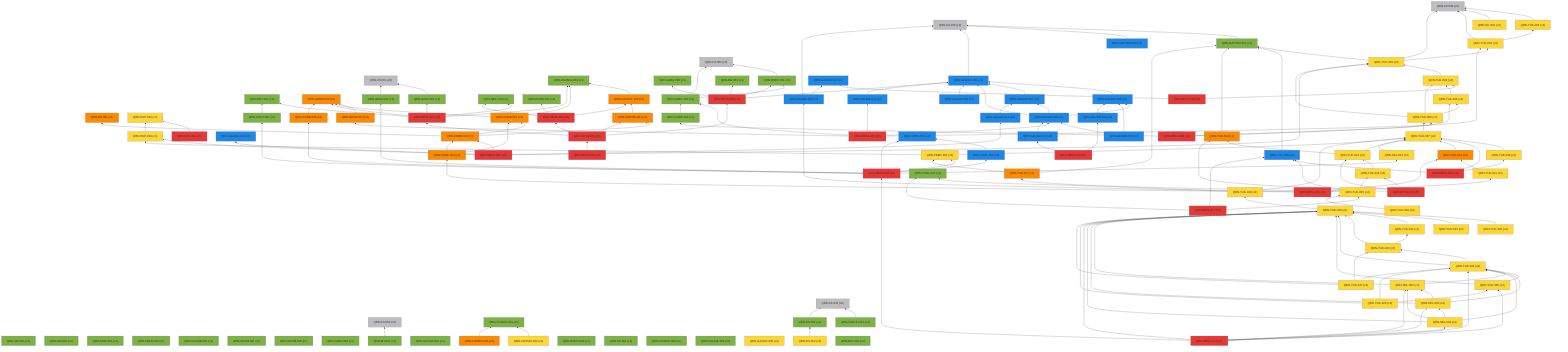
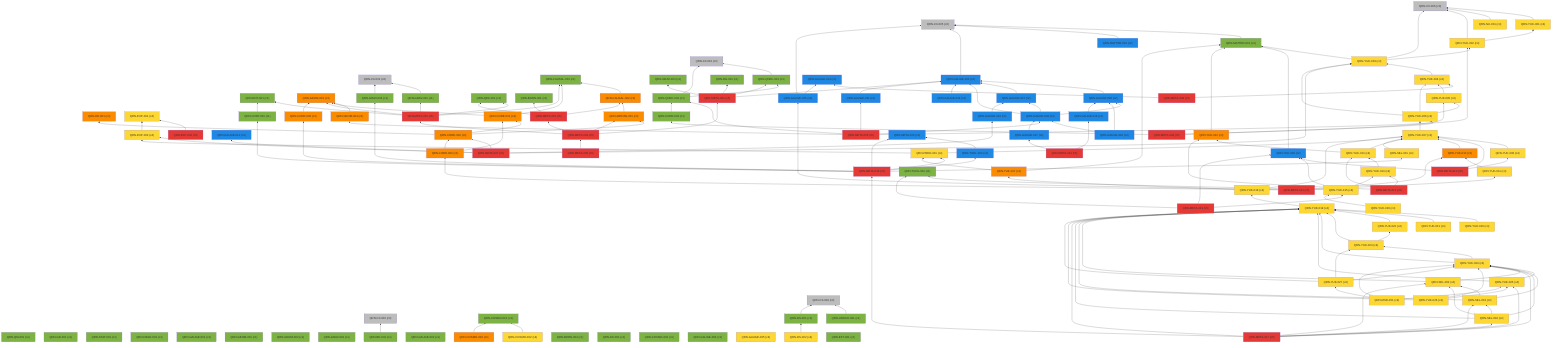
%% 自動生成 (dag/report.pl) — QRN 主張依存グラフ
graph BT
  QRN_C0_001["QRN-C0-001 (c0)"]:::c0
  QRN_C0_002["QRN-C0-002 (c0)"]:::c0
  QRN_C0_003["QRN-C0-003 (c0)"]:::c0
  QRN_C0_004["QRN-C0-004 (c0)"]:::c0
  QRN_C0_005["QRN-C0-005 (c0)"]:::c0
  QRN_C0_006["QRN-C0-006 (c0)"]:::c0
  QRN_QM_001["QRN-QM-001 (c1)"]:::c1
  QRN_GR_001["QRN-GR-001 (c1)"]:::c1
  QRN_STAT_001["QRN-STAT-001 (c1)"]:::c1
  QRN_FIELD_001["QRN-FIELD-001 (c1)"]:::c1
  QRN_GAUGE_001["QRN-GAUGE-001 (c1)"]:::c1
  QRN_ENT_001["QRN-ENT-001 (c1)"]:::c1
  QRN_GEOM_001["QRN-GEOM-001 (c1)"]:::c1
  QRN_GEOM_002["QRN-GEOM-002 (c1)"]:::c1
  QRN_GEOM_003["QRN-GEOM-003 (c3)"]:::c3
  QRN_GRAV_001["QRN-GRAV-001 (c1)"]:::c1
  QRN_GRAV_002["QRN-GRAV-002 (c1)"]:::c1
  QRN_BH_001["QRN-BH-001 (c1)"]:::c1
  QRN_CAUSAL_001["QRN-CAUSAL-001 (c1)"]:::c1
  QRN_CAUSAL_002["QRN-CAUSAL-002 (c3)"]:::c3
  QRN_ER_001["QRN-ER-001 (c3)"]:::c3
  QRN_QEC_001["QRN-QEC-001 (c1)"]:::c1
  QRN_GAUGE_002["QRN-GAUGE-002 (c1)"]:::c1
  QRN_COSMO_001["QRN-COSMO-001 (c1)"]:::c1
  QRN_COSMO_002["QRN-COSMO-002 (c4)"]:::c4
  QRN_COSMO_003["QRN-COSMO-003 (c3)"]:::c3
  QRN_BORN_001["QRN-BORN-001 (c1)"]:::c1
  QRN_BORN_002["QRN-BORN-002 (c1)"]:::c1
  QRN_GRAV_003["QRN-GRAV-003 (c1)"]:::c1
  QRN_KK_001["QRN-KK-001 (c1)"]:::c1
  QRN_MATTER_001["QRN-MATTER-001 (c1)"]:::c1
  QRN_MATTER_002["QRN-MATTER-002 (c2)"]:::c2
  QRN_COSMO_004["QRN-COSMO-004 (c1)"]:::c1
  QRN_EXP_001["QRN-EXP-001 (c4)"]:::c4
  QRN_GAUGE_003["QRN-GAUGE-003 (c2)"]:::c2
  QRN_GAUGE_004["QRN-GAUGE-004 (c1)"]:::c1
  QRN_GAUGE_005["QRN-GAUGE-005 (c4)"]:::c4
  QRN_YUK_001["QRN-YUK-001 (c4)"]:::c4
  QRN_RG_001["QRN-RG-001 (c1)"]:::c1
  QRN_UNRUH_001["QRN-UNRUH-001 (c1)"]:::c1
  QRN_QNEC_001["QRN-QNEC-001 (c1)"]:::c1
  QRN_NU_001["QRN-NU-001 (c4)"]:::c4
  QRN_GAUGE_006["QRN-GAUGE-006 (c2)"]:::c2
  QRN_DS_001["QRN-DS-001 (c1)"]:::c1
  QRN_DS_002["QRN-DS-002 (c4)"]:::c4
  QRN_ARROW_001["QRN-ARROW-001 (c3)"]:::c3
  QRN_GAUGE_007["QRN-GAUGE-007 (c2)"]:::c2
  QRN_EFT_001["QRN-EFT-001 (c1)"]:::c1
  QRN_GAUGE_008["QRN-GAUGE-008 (c2)"]:::c2
  QRN_GAUGE_009["QRN-GAUGE-009 (c2)"]:::c2
  QRN_GAUGE_010["QRN-GAUGE-010 (c2)"]:::c2
  QRN_QNEC_002["QRN-QNEC-002 (c1)"]:::c1
  QRN_GEOM_004["QRN-GEOM-004 (c3)"]:::c3
  QRN_YUK_002["QRN-YUK-002 (c4)"]:::c4
  QRN_EXP_002["QRN-EXP-002 (c5)"]:::c5
  QRN_CORE_001["QRN-CORE-001 (c3)"]:::c3
  QRN_GAUGE_011["QRN-GAUGE-011 (c2)"]:::c2
  QRN_GAUGE_012["QRN-GAUGE-012 (c2)"]:::c2
  QRN_YUK_003["QRN-YUK-003 (c4)"]:::c4
  QRN_EXP_003["QRN-EXP-003 (c4)"]:::c4
  QRN_CORE_002["QRN-CORE-002 (c3)"]:::c3
  QRN_GAUGE_013["QRN-GAUGE-013 (c2)"]:::c2
  QRN_YUK_004["QRN-YUK-004 (c4)"]:::c4
  QRN_GAUGE_014["QRN-GAUGE-014 (c2)"]:::c2
  QRN_META_001["QRN-META-001 (c5)"]:::c5
  QRN_META_002["QRN-META-002 (c5)"]:::c5
  QRN_META_003["QRN-META-003 (c5)"]:::c5
  QRN_META_004["QRN-META-004 (c5)"]:::c5
  QRN_META_005["QRN-META-005 (c5)"]:::c5
  QRN_META_006["QRN-META-006 (c5)"]:::c5
  QRN_META_007["QRN-META-007 (c5)"]:::c5
  QRN_META_008["QRN-META-008 (c5)"]:::c5
  QRN_YUK_005["QRN-YUK-005 (c4)"]:::c4
  QRN_YUK_006["QRN-YUK-006 (c4)"]:::c4
  QRN_CORE_003["QRN-CORE-003 (c1)"]:::c1
  QRN_META_009["QRN-META-009 (c5)"]:::c5
  QRN_YUK_007["QRN-YUK-007 (c4)"]:::c4
  QRN_YUK_008["QRN-YUK-008 (c4)"]:::c4
  QRN_YUK_009["QRN-YUK-009 (c2)"]:::c2
  QRN_META_010["QRN-META-010 (c5)"]:::c5
  QRN_GAUGE_015["QRN-GAUGE-015 (c2)"]:::c2
  QRN_YUK_010["QRN-YUK-010 (c3)"]:::c3
  QRN_YUK_011["QRN-YUK-011 (c4)"]:::c4
  QRN_CORE_004["QRN-CORE-004 (c3)"]:::c3
  QRN_META_011["QRN-META-011 (c5)"]:::c5
  QRN_YUK_012["QRN-YUK-012 (c3)"]:::c3
  QRN_YUK_013["QRN-YUK-013 (c4)"]:::c4
  QRN_YUK_014["QRN-YUK-014 (c4)"]:::c4
  QRN_META_012["QRN-META-012 (c5)"]:::c5
  QRN_TOOL_001["QRN-TOOL-001 (c1)"]:::c1
  QRN_YUK_015["QRN-YUK-015 (c4)"]:::c4
  QRN_META_013["QRN-META-013 (c5)"]:::c5
  QRN_GAUGE_016["QRN-GAUGE-016 (c2)"]:::c2
  QRN_GAUGE_017["QRN-GAUGE-017 (c2)"]:::c2
  QRN_META_014["QRN-META-014 (c5)"]:::c5
  QRN_META_015["QRN-META-015 (c2)"]:::c2
  QRN_TOOL_002["QRN-TOOL-002 (c2)"]:::c2
  QRN_CORE_005["QRN-CORE-005 (c3)"]:::c3
  QRN_CONT_001["QRN-CONT-001 (c1)"]:::c1
  QRN_SEL_001["QRN-SEL-001 (c4)"]:::c4
  QRN_GRAV_004["QRN-GRAV-004 (c1)"]:::c1
  QRN_PRED_001["QRN-PRED-001 (c4)"]:::c4
  QRN_META_016["QRN-META-016 (c5)"]:::c5
  QRN_YUK_016["QRN-YUK-016 (c4)"]:::c4
  QRN_YUK_017["QRN-YUK-017 (c3)"]:::c3
  QRN_YUK_018["QRN-YUK-018 (c4)"]:::c4
  QRN_YUK_019["QRN-YUK-019 (c4)"]:::c4
  QRN_YUK_020["QRN-YUK-020 (c4)"]:::c4
  QRN_YUK_021["QRN-YUK-021 (c4)"]:::c4
  QRN_YUK_022["QRN-YUK-022 (c4)"]:::c4
  QRN_YUK_023["QRN-YUK-023 (c4)"]:::c4
  QRN_YUK_024["QRN-YUK-024 (c4)"]:::c4
  QRN_YUK_025["QRN-YUK-025 (c4)"]:::c4
  QRN_SEL_002["QRN-SEL-002 (c4)"]:::c4
  QRN_SEL_003["QRN-SEL-003 (c4)"]:::c4
  QRN_SEL_004["QRN-SEL-004 (c4)"]:::c4
  QRN_META_017["QRN-META-017 (c5)"]:::c5
  QRN_YUK_026["QRN-YUK-026 (c4)"]:::c4
  QRN_YUK_027["QRN-YUK-027 (c4)"]:::c4
+   QRN_MSR_001["QRN-MSR-001 (c4)"]:::c4
  QRN_GRAV_001 --> QRN_C0_001
  QRN_BH_001 --> QRN_C0_003
  QRN_CAUSAL_002 --> QRN_CAUSAL_001
  QRN_COSMO_002 --> QRN_COSMO_001
  QRN_COSMO_003 --> QRN_COSMO_001
  QRN_MATTER_001 --> QRN_C0_005
  QRN_MATTER_002 --> QRN_C0_005
  QRN_GAUGE_003 --> QRN_C0_005
  QRN_YUK_001 --> QRN_C0_006
  QRN_UNRUH_001 --> QRN_C0_004
  QRN_QNEC_001 --> QRN_C0_002
  QRN_NU_001 --> QRN_C0_006
  QRN_GAUGE_006 --> QRN_GAUGE_003
  QRN_DS_001 --> QRN_C0_004
  QRN_DS_002 --> QRN_DS_001
  QRN_ARROW_001 --> QRN_CAUSAL_002
  QRN_GAUGE_007 --> QRN_GAUGE_003
  QRN_GAUGE_008 --> QRN_GAUGE_003
  QRN_GAUGE_008 --> QRN_GAUGE_006
  QRN_GAUGE_008 --> QRN_GAUGE_007
  QRN_GAUGE_009 --> QRN_GAUGE_003
  QRN_GAUGE_010 --> QRN_GAUGE_006
  QRN_GAUGE_010 --> QRN_GAUGE_008
  QRN_QNEC_002 --> QRN_C0_002
  QRN_QNEC_002 --> QRN_QNEC_001
  QRN_GEOM_004 --> QRN_GEOM_003
  QRN_YUK_002 --> QRN_C0_006
  QRN_YUK_002 --> QRN_YUK_001
  QRN_EXP_002 --> QRN_EXP_001
  QRN_CORE_001 --> QRN_GEOM_003
  QRN_CORE_001 --> QRN_CAUSAL_001
  QRN_GAUGE_011 --> QRN_GAUGE_003
  QRN_YUK_003 --> QRN_C0_006
  QRN_YUK_003 --> QRN_MATTER_001
  QRN_YUK_003 --> QRN_YUK_002
  QRN_EXP_003 --> QRN_EXP_001
  QRN_CORE_002 --> QRN_CORE_001
  QRN_CORE_002 --> QRN_ER_001
  QRN_CORE_002 --> QRN_ARROW_001
  QRN_GAUGE_013 --> QRN_GAUGE_007
  QRN_YUK_004 --> QRN_YUK_003
  QRN_META_001 --> QRN_GEOM_003
  QRN_META_001 --> QRN_GRAV_001
  QRN_META_001 --> QRN_CAUSAL_001
  QRN_META_001 --> QRN_QEC_001
  QRN_META_001 --> QRN_ENT_001
  QRN_META_002 --> QRN_QEC_001
  QRN_META_002 --> QRN_BORN_001
  QRN_META_002 --> QRN_CAUSAL_002
  QRN_META_003 --> QRN_GAUGE_003
  QRN_META_003 --> QRN_RG_001
  QRN_META_003 --> QRN_QNEC_001
  QRN_META_003 --> QRN_GRAV_003
  QRN_META_004 --> QRN_META_001
  QRN_META_004 --> QRN_META_002
  QRN_META_004 --> QRN_META_003
  QRN_META_004 --> QRN_ARROW_001
  QRN_META_005 --> QRN_META_004
  QRN_META_006 --> QRN_GAUGE_008
  QRN_META_006 --> QRN_QNEC_002
  QRN_META_006 --> QRN_GEOM_004
  QRN_META_006 --> QRN_YUK_002
  QRN_META_006 --> QRN_GAUGE_011
  QRN_META_007 --> QRN_GAUGE_012
  QRN_META_007 --> QRN_YUK_003
  QRN_META_007 --> QRN_EXP_003
  QRN_META_007 --> QRN_CORE_002
  QRN_META_007 --> QRN_GAUGE_013
  QRN_META_008 --> QRN_YUK_004
  QRN_META_008 --> QRN_GAUGE_014
  QRN_YUK_005 --> QRN_YUK_004
  QRN_YUK_006 --> QRN_YUK_003
  QRN_YUK_006 --> QRN_YUK_004
  QRN_YUK_006 --> QRN_YUK_005
  QRN_CORE_003 --> QRN_QNEC_002
  QRN_META_009 --> QRN_YUK_005
  QRN_META_009 --> QRN_YUK_006
  QRN_META_009 --> QRN_CORE_003
  QRN_YUK_007 --> QRN_YUK_006
  QRN_YUK_008 --> QRN_YUK_007
  QRN_YUK_009 --> QRN_MATTER_001
  QRN_META_010 --> QRN_YUK_007
  QRN_META_010 --> QRN_YUK_008
  QRN_META_010 --> QRN_YUK_009
  QRN_GAUGE_015 --> QRN_C0_005
  QRN_GAUGE_015 --> QRN_GAUGE_014
  QRN_YUK_010 --> QRN_YUK_007
  QRN_YUK_011 --> QRN_YUK_010
  QRN_CORE_004 --> QRN_CORE_001
  QRN_CORE_004 --> QRN_CORE_002
  QRN_META_011 --> QRN_GAUGE_015
  QRN_META_011 --> QRN_YUK_010
  QRN_META_011 --> QRN_YUK_011
  QRN_META_011 --> QRN_CORE_004
  QRN_YUK_012 --> QRN_MATTER_001
  QRN_YUK_013 --> QRN_YUK_012
  QRN_YUK_013 --> QRN_YUK_007
  QRN_YUK_014 --> QRN_YUK_013
  QRN_META_012 --> QRN_YUK_012
  QRN_META_012 --> QRN_YUK_013
  QRN_META_012 --> QRN_YUK_014
  QRN_YUK_015 --> QRN_YUK_014
  QRN_YUK_015 --> QRN_TOOL_001
  QRN_YUK_015 --> QRN_YUK_009
  QRN_META_013 --> QRN_YUK_015
  QRN_META_013 --> QRN_TOOL_001
  QRN_META_013 --> QRN_YUK_009
  QRN_GAUGE_016 --> QRN_GAUGE_006
  QRN_GAUGE_017 --> QRN_GAUGE_008
  QRN_META_014 --> QRN_GAUGE_016
  QRN_META_014 --> QRN_GAUGE_017
  QRN_TOOL_002 --> QRN_META_015
  QRN_CORE_005 --> QRN_GEOM_003
  QRN_CONT_001 --> QRN_ENT_001
  QRN_SEL_001 --> QRN_YUK_007
  QRN_GRAV_004 --> QRN_C0_001
  QRN_PRED_001 --> QRN_YUK_007
  QRN_PRED_001 --> QRN_EXP_003
  QRN_META_016 --> QRN_META_015
  QRN_META_016 --> QRN_TOOL_002
  QRN_META_016 --> QRN_CORE_005
  QRN_META_016 --> QRN_CONT_001
  QRN_META_016 --> QRN_SEL_001
  QRN_META_016 --> QRN_GRAV_004
  QRN_META_016 --> QRN_PRED_001
  QRN_YUK_016 --> QRN_YUK_015
  QRN_YUK_017 --> QRN_MATTER_001
  QRN_YUK_017 --> QRN_PRED_001
  QRN_YUK_018 --> QRN_YUK_017
  QRN_YUK_018 --> QRN_YUK_007
  QRN_YUK_019 --> QRN_YUK_018
  QRN_YUK_020 --> QRN_YUK_019
  QRN_YUK_021 --> QRN_YUK_019
  QRN_YUK_022 --> QRN_YUK_019
  QRN_YUK_023 --> QRN_YUK_019
  QRN_YUK_023 --> QRN_YUK_022
  QRN_YUK_024 --> QRN_YUK_019
  QRN_YUK_024 --> QRN_YUK_023
  QRN_YUK_025 --> QRN_YUK_019
  QRN_YUK_025 --> QRN_YUK_024
  QRN_SEL_002 --> QRN_YUK_019
  QRN_SEL_002 --> QRN_YUK_024
  QRN_SEL_003 --> QRN_YUK_019
  QRN_SEL_003 --> QRN_YUK_024
  QRN_SEL_003 --> QRN_SEL_002
  QRN_SEL_004 --> QRN_YUK_019
  QRN_SEL_004 --> QRN_YUK_024
  QRN_SEL_004 --> QRN_SEL_002
  QRN_SEL_004 --> QRN_SEL_003
  QRN_META_017 --> QRN_META_016
  QRN_META_017 --> QRN_YUK_019
  QRN_META_017 --> QRN_YUK_024
  QRN_META_017 --> QRN_YUK_025
  QRN_META_017 --> QRN_SEL_002
  QRN_META_017 --> QRN_SEL_003
  QRN_META_017 --> QRN_SEL_004
  QRN_YUK_026 --> QRN_YUK_019
  QRN_YUK_026 --> QRN_YUK_024
  QRN_YUK_026 --> QRN_YUK_025
  QRN_YUK_027 --> QRN_YUK_019
  QRN_YUK_027 --> QRN_YUK_023
  QRN_YUK_027 --> QRN_YUK_024
+   QRN_MSR_001 --> QRN_YUK_024
+   QRN_MSR_001 --> QRN_YUK_025
+   QRN_MSR_001 --> QRN_YUK_027
  classDef c0 fill:#bdbdbd
  classDef c1 fill:#7cb342
  classDef c2 fill:#1e88e5
  classDef c3 fill:#fb8c00
  classDef c4 fill:#fdd835
  classDef c5 fill:#e53935
